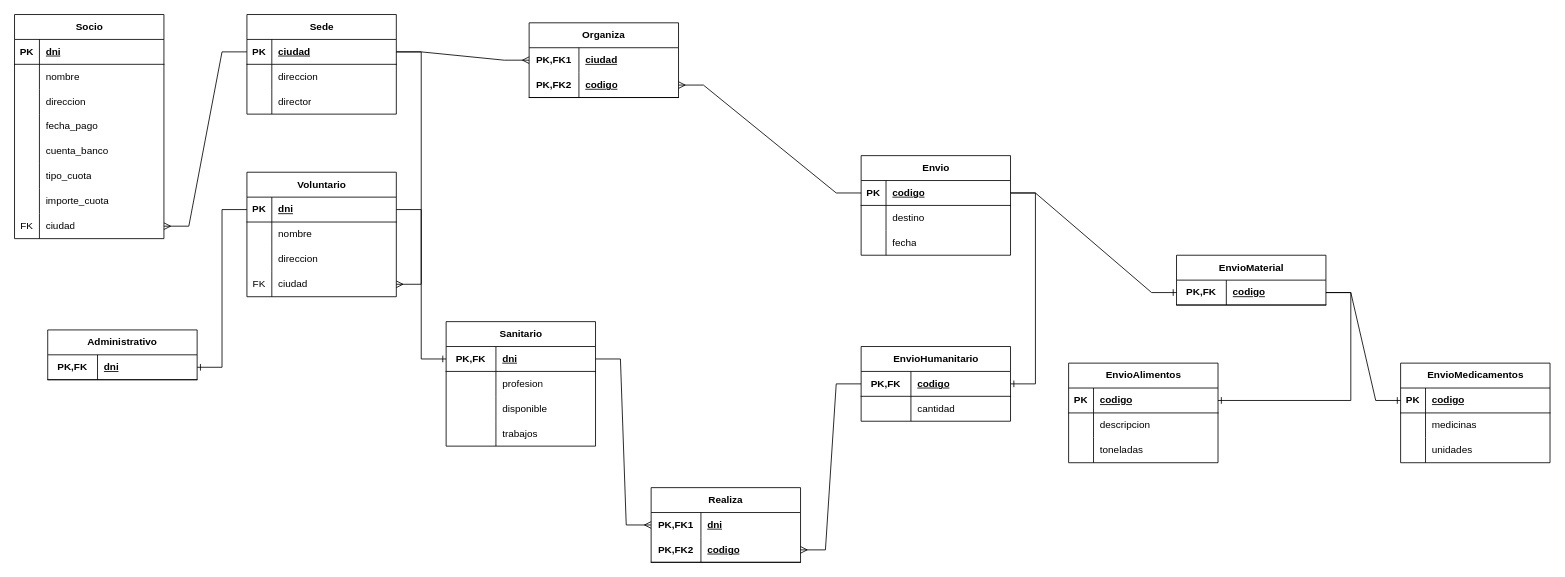
GonzalezCortesSergio/Sergio_Gonzalez_Cortes keeps this draw.io diagram as Base de Datos/UD7/DIAGRAMAS/Ejercicio7.drawio. Above is the earlier version. Source tidied: cells renumbered, new cells numbered last; positions are measured from the earlier drawing's top-left corner, leaving out a move shared by most shapes. Both pictures are drawn from the tidied source at 83%, with x=0, y=0 at pixel (14, 14).
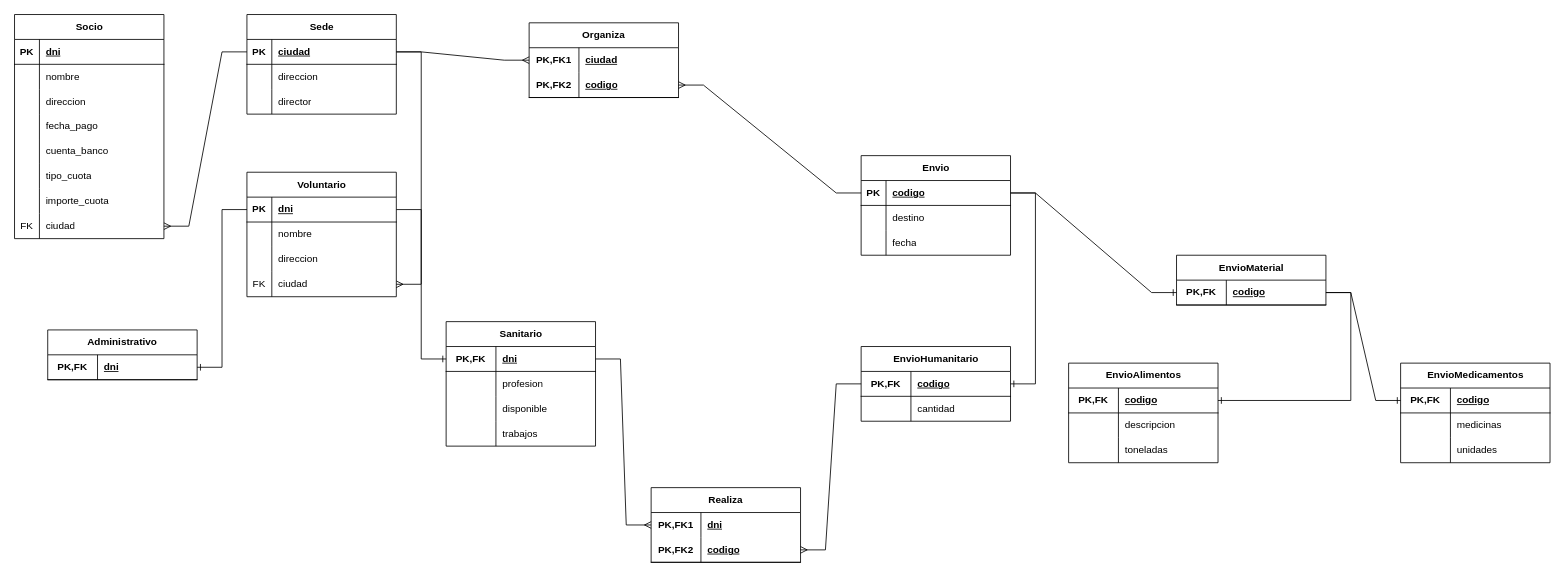
The same page after the edit.

Commit message (it also covers changes not shown here):
Arreglitos en el ejercicio 7 de BDD

Unchanged cells that the change refers to:
```xml
<mxCell id="113" style="shape=tableRow;horizontal=0;startSize=0;swimlaneHead=0;swimlaneBody=0;fillColor=none;points=[[0,0.5],[1,0.5]];portConstraint=eastwest;top=0;left=0;right=0;bottom=1;" parent="112" vertex="1">
  <mxGeometry y="30" width="180" height="30" as="geometry" />
</mxCell>
<mxCell id="116" style="shape=tableRow;horizontal=0;startSize=0;swimlaneHead=0;swimlaneBody=0;fillColor=none;top=0;left=0;right=0;bottom=0;" parent="112" vertex="1">
  <mxGeometry y="60" width="180" height="30" as="geometry" />
</mxCell>
<mxCell id="119" style="shape=tableRow;horizontal=0;startSize=0;swimlaneHead=0;swimlaneBody=0;fillColor=none;top=0;left=0;right=0;bottom=0;" parent="112" vertex="1">
  <mxGeometry y="90" width="180" height="30" as="geometry" />
</mxCell>
<mxCell id="123" style="shape=tableRow;horizontal=0;startSize=0;swimlaneHead=0;swimlaneBody=0;fillColor=none;points=[[0,0.5],[1,0.5]];portConstraint=eastwest;top=0;left=0;right=0;bottom=1;" parent="122" vertex="1">
  <mxGeometry y="30" width="180" height="30" as="geometry" />
</mxCell>
<mxCell id="126" style="shape=tableRow;horizontal=0;startSize=0;swimlaneHead=0;swimlaneBody=0;fillColor=none;top=0;left=0;right=0;bottom=0;" parent="122" vertex="1">
  <mxGeometry y="60" width="180" height="30" as="geometry" />
</mxCell>
<mxCell id="129" style="shape=tableRow;horizontal=0;startSize=0;swimlaneHead=0;swimlaneBody=0;fillColor=none;top=0;left=0;right=0;bottom=0;" parent="122" vertex="1">
  <mxGeometry y="90" width="180" height="30" as="geometry" />
</mxCell>
```

Change to the diagram source:
```diff
@@
-    <mxCell id="114" value="PK" style="shape=partialRectangle;fillColor=none;top=0;left=0;bottom=0;right=0;fontStyle=1;overflow=hidden;whiteSpace=wrap;html=1;" parent="113" vertex="1">
-      <mxGeometry width="30" height="30" as="geometry" />
+    <mxCell id="114" value="PK,FK" style="shape=partialRectangle;fillColor=none;top=0;left=0;bottom=0;right=0;fontStyle=1;overflow=hidden;whiteSpace=wrap;html=1;" parent="113" vertex="1">
+      <mxGeometry width="60" height="30" as="geometry" />
     </mxCell>
     <mxCell id="115" value="codigo" style="shape=partialRectangle;fillColor=none;top=0;left=0;bottom=0;right=0;align=left;spacingLeft=6;fontStyle=5;overflow=hidden;whiteSpace=wrap;html=1;" parent="113" vertex="1">
-      <mxGeometry x="30" width="150" height="30" as="geometry" />
+      <mxGeometry x="60" width="120" height="30" as="geometry" />
     </mxCell>
@@
     <mxCell id="117" style="shape=partialRectangle;fillColor=none;top=0;left=0;bottom=0;right=0;overflow=hidden;whiteSpace=wrap;html=1;" parent="116" vertex="1">
-      <mxGeometry width="30" height="30" as="geometry" />
+      <mxGeometry width="60" height="30" as="geometry" />
     </mxCell>
     <mxCell id="118" value="descripcion" style="shape=partialRectangle;fillColor=none;top=0;left=0;bottom=0;right=0;align=left;spacingLeft=6;overflow=hidden;whiteSpace=wrap;html=1;" parent="116" vertex="1">
-      <mxGeometry x="30" width="150" height="30" as="geometry" />
+      <mxGeometry x="60" width="120" height="30" as="geometry" />
     </mxCell>
@@
     <mxCell id="120" style="shape=partialRectangle;fillColor=none;top=0;left=0;bottom=0;right=0;overflow=hidden;whiteSpace=wrap;html=1;" parent="119" vertex="1">
-      <mxGeometry width="30" height="30" as="geometry" />
+      <mxGeometry width="60" height="30" as="geometry" />
     </mxCell>
     <mxCell id="121" value="toneladas" style="shape=partialRectangle;fillColor=none;top=0;left=0;bottom=0;right=0;align=left;spacingLeft=6;overflow=hidden;whiteSpace=wrap;html=1;" parent="119" vertex="1">
-      <mxGeometry x="30" width="150" height="30" as="geometry" />
+      <mxGeometry x="60" width="120" height="30" as="geometry" />
     </mxCell>
@@
-    <mxCell id="124" value="PK" style="shape=partialRectangle;fillColor=none;top=0;left=0;bottom=0;right=0;fontStyle=1;overflow=hidden;whiteSpace=wrap;html=1;" parent="123" vertex="1">
-      <mxGeometry width="30" height="30" as="geometry" />
+    <mxCell id="124" value="PK,FK" style="shape=partialRectangle;fillColor=none;top=0;left=0;bottom=0;right=0;fontStyle=1;overflow=hidden;whiteSpace=wrap;html=1;" parent="123" vertex="1">
+      <mxGeometry width="60" height="30" as="geometry" />
     </mxCell>
     <mxCell id="125" value="codigo" style="shape=partialRectangle;fillColor=none;top=0;left=0;bottom=0;right=0;align=left;spacingLeft=6;fontStyle=5;overflow=hidden;whiteSpace=wrap;html=1;" parent="123" vertex="1">
-      <mxGeometry x="30" width="150" height="30" as="geometry" />
+      <mxGeometry x="60" width="120" height="30" as="geometry" />
     </mxCell>
@@
     <mxCell id="127" style="shape=partialRectangle;fillColor=none;top=0;left=0;bottom=0;right=0;overflow=hidden;whiteSpace=wrap;html=1;" parent="126" vertex="1">
-      <mxGeometry width="30" height="30" as="geometry" />
+      <mxGeometry width="60" height="30" as="geometry" />
     </mxCell>
     <mxCell id="128" value="medicinas" style="shape=partialRectangle;fillColor=none;top=0;left=0;bottom=0;right=0;align=left;spacingLeft=6;overflow=hidden;whiteSpace=wrap;html=1;" parent="126" vertex="1">
-      <mxGeometry x="30" width="150" height="30" as="geometry" />
+      <mxGeometry x="60" width="120" height="30" as="geometry" />
     </mxCell>
@@
     <mxCell id="130" style="shape=partialRectangle;fillColor=none;top=0;left=0;bottom=0;right=0;overflow=hidden;whiteSpace=wrap;html=1;" parent="129" vertex="1">
-      <mxGeometry width="30" height="30" as="geometry" />
+      <mxGeometry width="60" height="30" as="geometry" />
     </mxCell>
     <mxCell id="131" value="unidades" style="shape=partialRectangle;fillColor=none;top=0;left=0;bottom=0;right=0;align=left;spacingLeft=6;overflow=hidden;whiteSpace=wrap;html=1;" parent="129" vertex="1">
-      <mxGeometry x="30" width="150" height="30" as="geometry" />
+      <mxGeometry x="60" width="120" height="30" as="geometry" />
     </mxCell>
```
